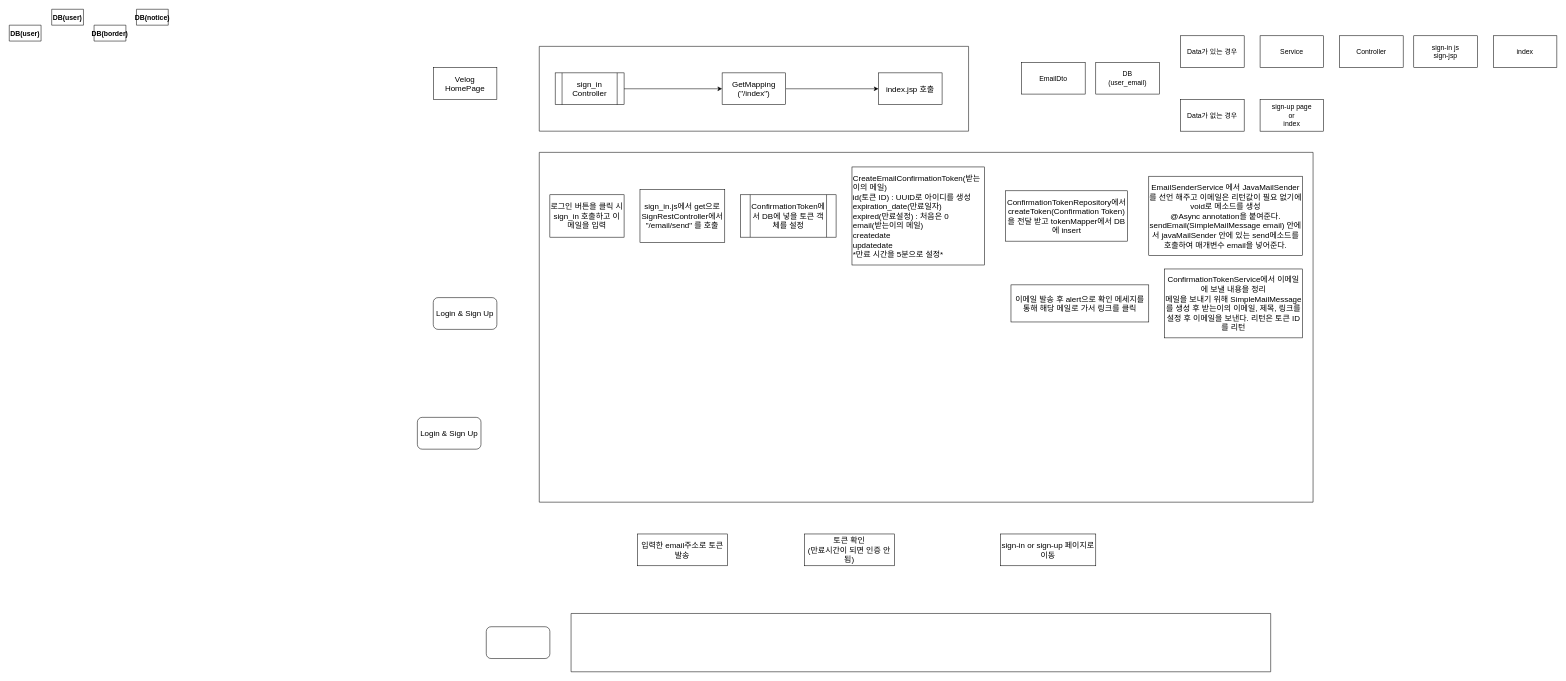
This is velog Diagrams.drawio from over0212/ProjectVelog, a draw.io file, before an edit. Source tidied: cells renumbered, new cells numbered last; positions are measured from the earlier drawing's top-left corner, leaving out a move shared by most shapes. Both pictures are drawn from the tidied source at 53%, with x=0, y=0 at pixel (9, 9).
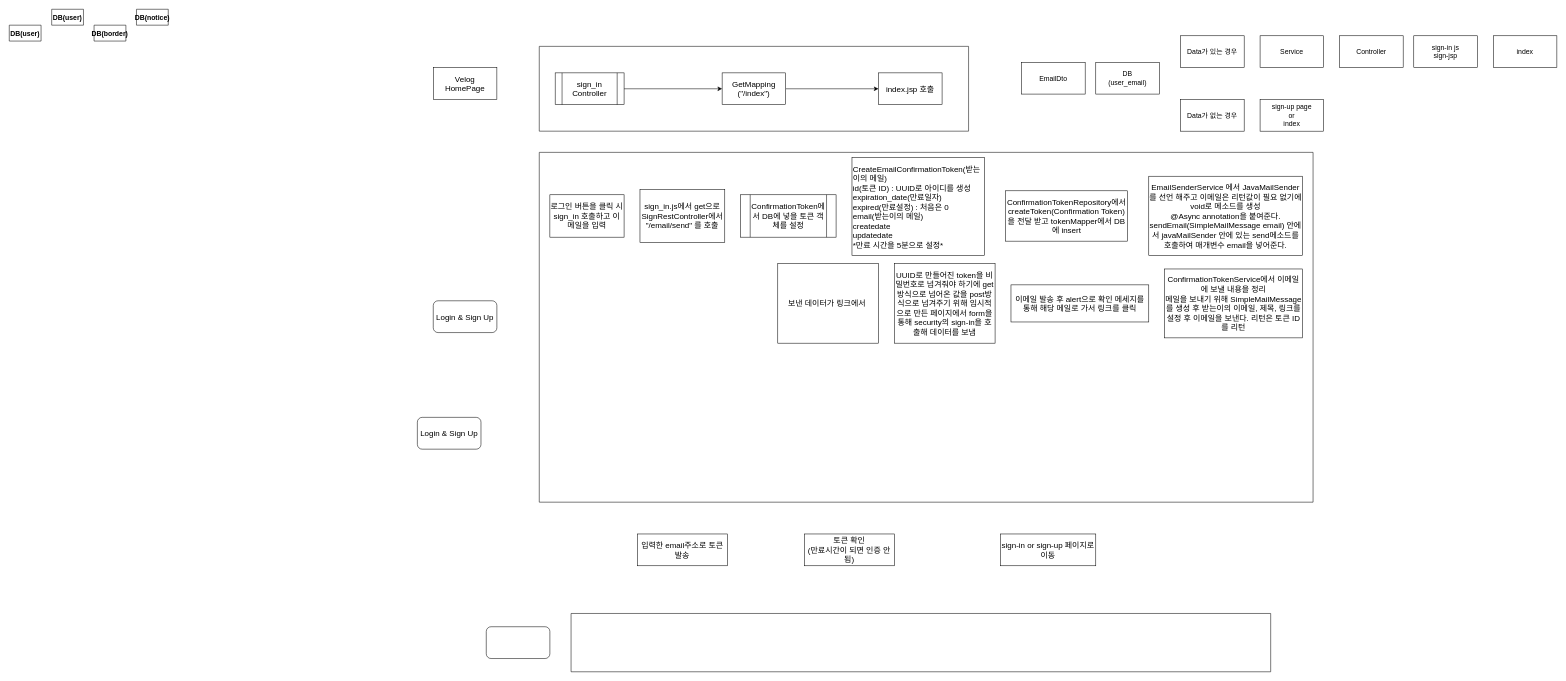
After the change.

Change to the diagram source:
```diff
@@
     <mxCell id="33" value="CreateEmailConfirmationToken(받는이의 메일)&lt;br&gt;id(토큰 ID) : UUID로 아이디를 생성&lt;br style=&quot;font-size: 15px&quot;&gt;expiration_date(만료일자)&lt;br style=&quot;font-size: 15px&quot;&gt;expired(만료설정) : 처음은 0&lt;br style=&quot;font-size: 15px&quot;&gt;email(받는이의 메일)&lt;br style=&quot;font-size: 15px&quot;&gt;createdate&lt;br style=&quot;font-size: 15px&quot;&gt;updatedate&lt;br&gt;*만료 시간을 5분으로 설정*" style="whiteSpace=wrap;html=1;align=left;fillColor=none;fontSize=15;verticalAlign=middle;" parent="1" vertex="1">
-      <mxGeometry x="1590" y="297.5" width="250" height="185" as="geometry" />
+      <mxGeometry x="1590" y="280" width="250" height="185" as="geometry" />
     </mxCell>
@@
     <mxCell id="35" value="Login &amp;amp; Sign Up" style="rounded=1;whiteSpace=wrap;html=1;fontSize=15;" parent="1" vertex="1">
-      <mxGeometry x="800" y="544" width="120" height="60" as="geometry" />
+      <mxGeometry x="800" y="550" width="120" height="60" as="geometry" />
     </mxCell>
@@
+    <mxCell id="39" value="UUID로 만들어진 token을 비밀번호로 넘겨줘야 하기에 get방식으로 넘어온 값을 post방식으로 넘겨주기 위해 임시적으로 만든 페이지에서 form을 통해 security의 sign-in을 호출해 데이터를 보냄" style="rounded=0;whiteSpace=wrap;html=1;fontSize=15;" parent="1" vertex="1">
+      <mxGeometry x="1670" y="480" width="190" height="150" as="geometry" />
+    </mxCell>
+    <mxCell id="40" value="보낸 데이터가 링크에서&amp;nbsp;" style="rounded=0;whiteSpace=wrap;html=1;fontSize=15;" parent="1" vertex="1">
+      <mxGeometry x="1450" y="480" width="190" height="150" as="geometry" />
+    </mxCell>
```
